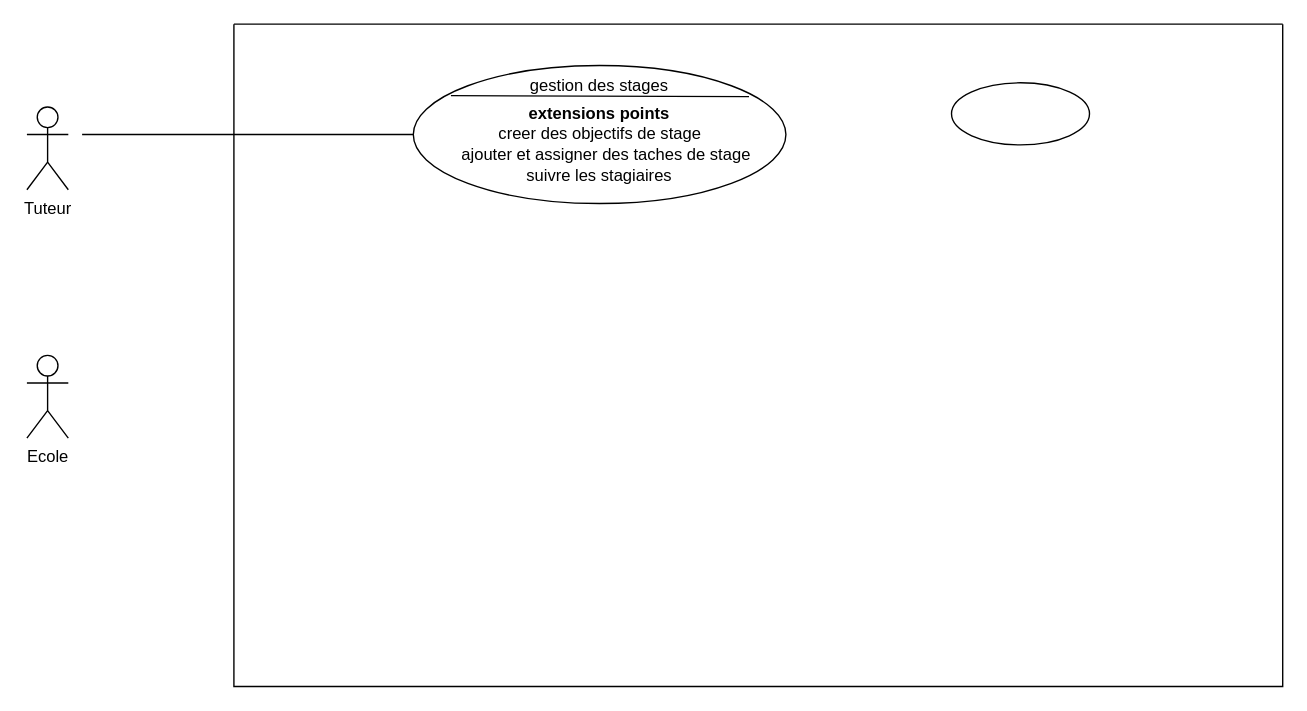
Before: public/assets/Diagramme sans nom.drawio in A2blackMZ/Sams-Dine-ALIDOU, a draw.io diagram. Source tidied: cells renumbered, new cells numbered last; positions are measured from the earlier drawing's top-left corner, leaving out a move shared by most shapes. Both pictures are drawn from the tidied source at 138%, with x=0, y=0 at pixel (26, 23).
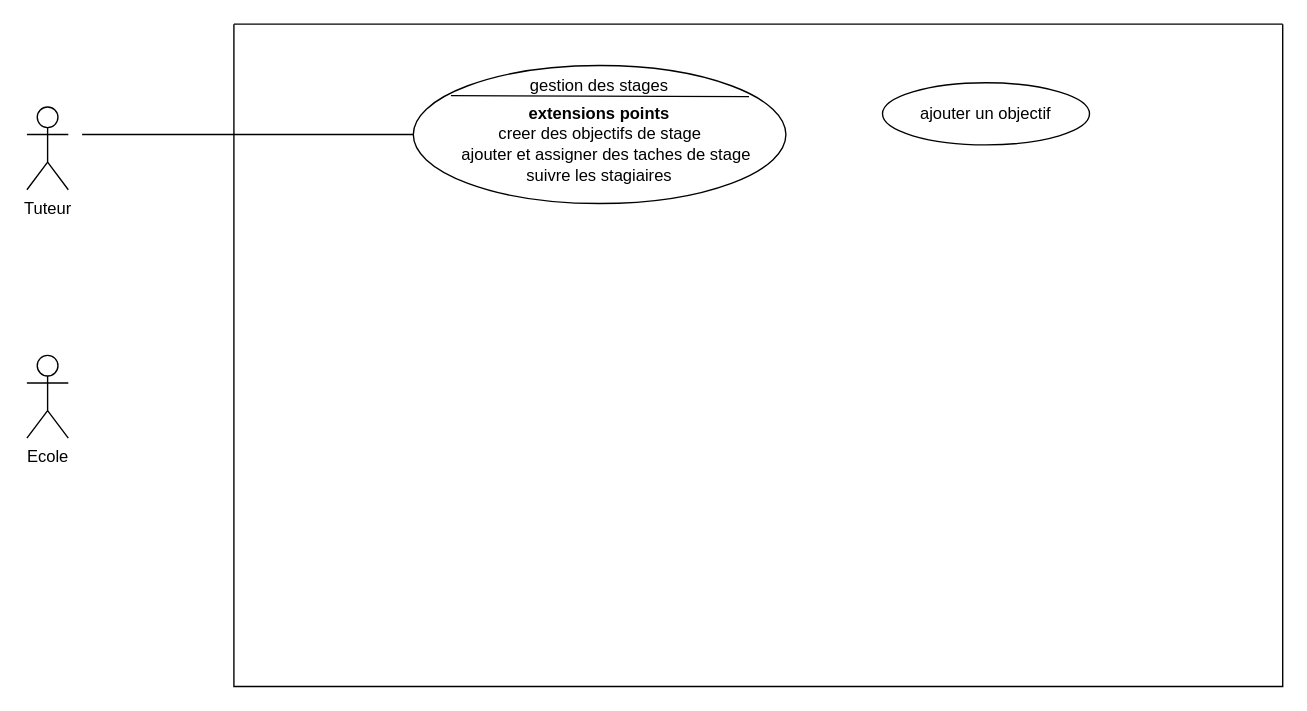
After the change.

Commit message (it also covers changes not shown here):
Mettre à jour Diagramme sans nom.drawio

Change to the diagram source:
```diff
@@
 <mxGraphModel>
   <root>
     <mxCell id="0" />
     <mxCell id="1" parent="0" />
     <mxCell id="2" value="Tuteur" style="shape=umlActor;verticalLabelPosition=bottom;verticalAlign=top;html=1;" parent="1" vertex="1">
       <mxGeometry y="60" width="30" height="60" as="geometry" />
     </mxCell>
     <mxCell id="3" value="&#10;" style="swimlane;startSize=0;" parent="1" vertex="1">
       <mxGeometry x="150" width="760" height="480" as="geometry" />
     </mxCell>
     <mxCell id="4" style="ellipse;whiteSpace=wrap;html=1;" parent="3" vertex="1">
       <mxGeometry x="130" y="30" width="270" height="100" as="geometry" />
     </mxCell>
     <mxCell id="5" style="endArrow=none;html=1;rounded=0;entryX=0.901;entryY=0.225;entryDx=0;entryDy=0;entryPerimeter=0;exitX=0.101;exitY=0.218;exitDx=0;exitDy=0;exitPerimeter=0;" parent="3" edge="1" source="4" target="4">
       <mxGeometry relative="1" as="geometry" />
     </mxCell>
     <mxCell id="6" value="gestion des stages" style="text;html=1;align=center;verticalAlign=middle;whiteSpace=wrap;rounded=0;" parent="3" vertex="1">
       <mxGeometry x="210" y="30" width="110" height="30" as="geometry" />
     </mxCell>
     <mxCell id="7" value="&lt;b&gt;extensions points&lt;/b&gt;" style="text;html=1;align=center;verticalAlign=middle;whiteSpace=wrap;rounded=0;" parent="3" vertex="1">
       <mxGeometry x="210" y="50" width="110" height="30" as="geometry" />
     </mxCell>
     <mxCell id="8" value="creer des objectifs de stage" style="text;html=1;align=center;verticalAlign=middle;whiteSpace=wrap;rounded=0;" parent="3" vertex="1">
       <mxGeometry x="173.8" y="65" width="182.5" height="30" as="geometry" />
     </mxCell>
     <mxCell id="9" value="ajouter et assigner des taches de stage" style="text;html=1;align=center;verticalAlign=middle;whiteSpace=wrap;rounded=0;" parent="3" vertex="1">
       <mxGeometry x="160" y="80" width="220" height="30" as="geometry" />
     </mxCell>
     <mxCell id="10" value="suivre les stagiaires" style="text;html=1;align=center;verticalAlign=middle;whiteSpace=wrap;rounded=0;" parent="3" vertex="1">
       <mxGeometry x="200" y="95" width="130" height="30" as="geometry" />
     </mxCell>
     <mxCell id="11" style="ellipse;whiteSpace=wrap;html=1;" parent="3" vertex="1">
-      <mxGeometry x="520" y="42.5" width="100" height="45" as="geometry" />
+      <mxGeometry x="470" y="42.5" width="150" height="45" as="geometry" />
     </mxCell>
+    <mxCell id="14" value="ajouter un objectif" style="text;html=1;align=center;verticalAlign=middle;whiteSpace=wrap;rounded=0;" parent="3" vertex="1">
+      <mxGeometry x="485" y="50" width="120" height="30" as="geometry" />
+    </mxCell>
     <mxCell id="12" value="Ecole" style="shape=umlActor;verticalLabelPosition=bottom;verticalAlign=top;html=1;" parent="1" vertex="1">
       <mxGeometry y="240" width="30" height="60" as="geometry" />
     </mxCell>
     <mxCell id="13" style="endArrow=none;html=1;rounded=0;" parent="1" edge="1">
       <mxGeometry relative="1" as="geometry">
         <mxPoint x="40" y="80" as="sourcePoint" />
         <mxPoint x="280" y="80" as="targetPoint" />
       </mxGeometry>
     </mxCell>
   </root>
 </mxGraphModel>
```
